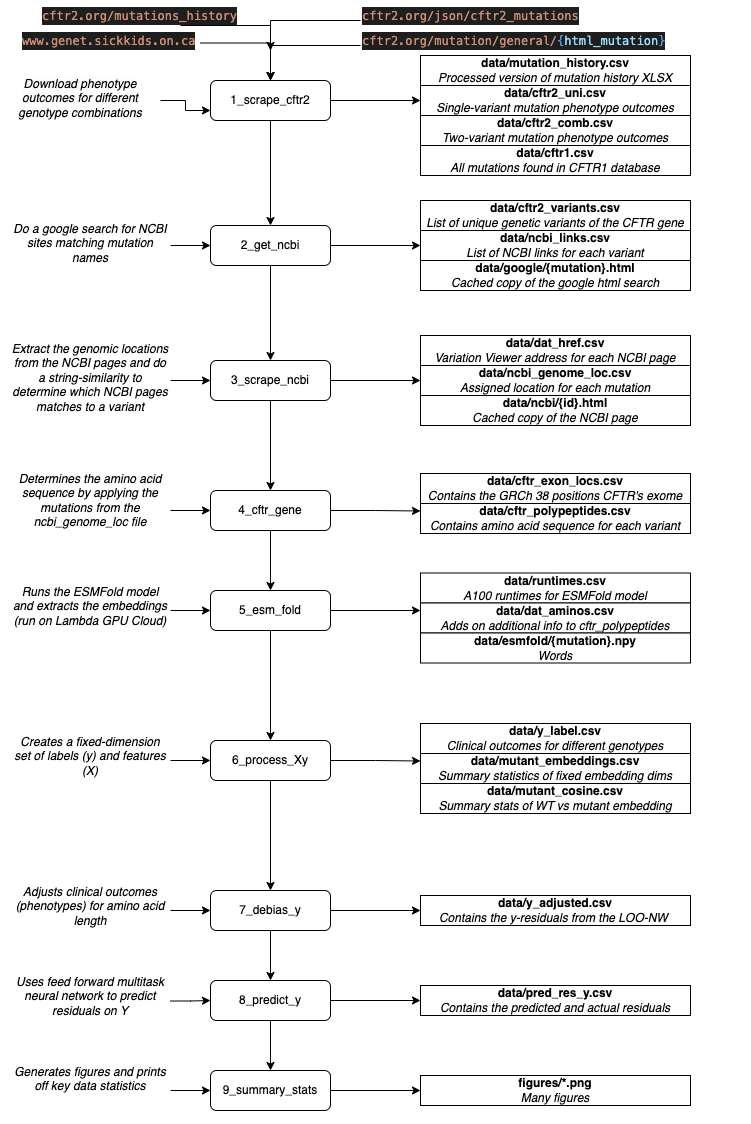
Before: cftr2_flowchart.png, a diagram exported from draw.io (ErikinBC/cftr2_esmfold). Source tidied: cells renumbered, new cells last; positions are measured from the earlier drawing's top-left corner, leaving out a move shared by most shapes.
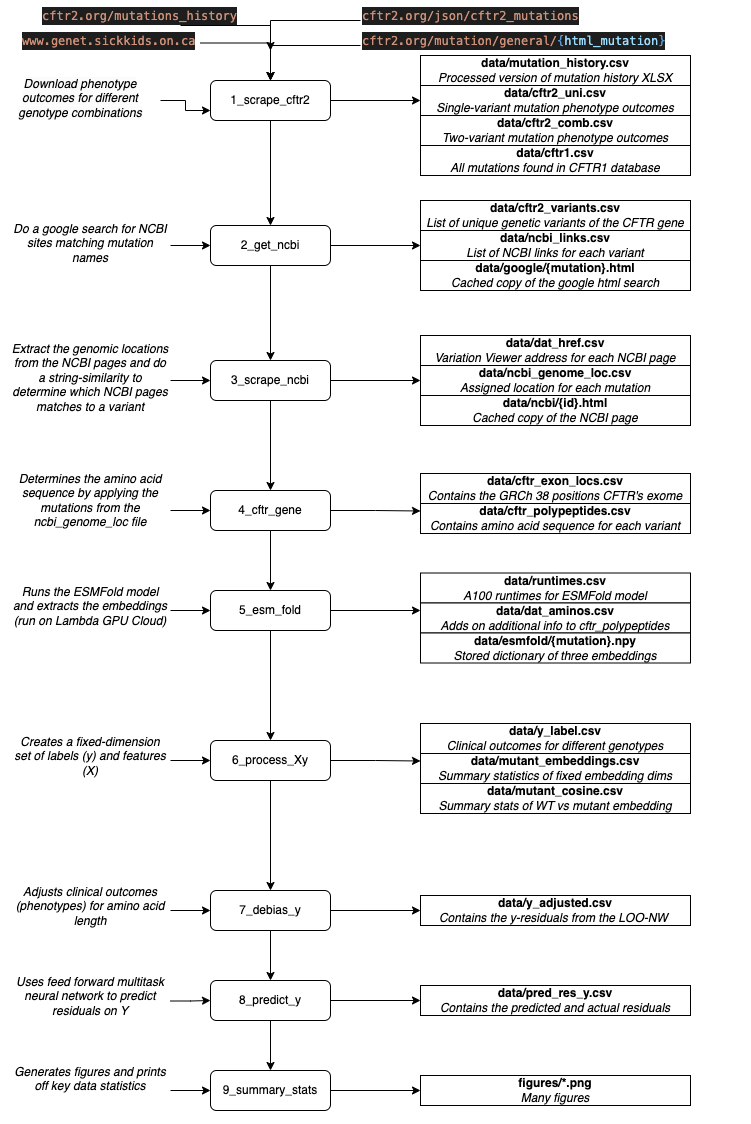
The same file after the commit.

What changed in the source:
```diff
@@ -196,7 +196,7 @@
     <mxCell id="65" value="&lt;b style=&quot;border-color: var(--border-color);&quot;&gt;data/dat_aminos&lt;b style=&quot;background-color: initial;&quot;&gt;.csv&lt;/b&gt;&lt;br&gt;&lt;/b&gt;&lt;div style=&quot;border-color: var(--border-color);&quot;&gt;&lt;i style=&quot;border-color: var(--border-color);&quot;&gt;Adds on additional info to cftr_polypeptides&lt;/i&gt;&lt;/div&gt;" style="rounded=0;whiteSpace=wrap;html=1;align=center;" parent="63" vertex="1">
       <mxGeometry y="30" width="270" height="30" as="geometry" />
     </mxCell>
-    <mxCell id="66" value="&lt;b style=&quot;border-color: var(--border-color);&quot;&gt;data/esmfold/&lt;b style=&quot;background-color: initial;&quot;&gt;{mutation}.npy&lt;/b&gt;&lt;br&gt;&lt;/b&gt;&lt;div style=&quot;border-color: var(--border-color);&quot;&gt;&lt;i style=&quot;border-color: var(--border-color);&quot;&gt;Words&lt;/i&gt;&lt;/div&gt;" style="rounded=0;whiteSpace=wrap;html=1;align=center;" parent="63" vertex="1">
+    <mxCell id="66" value="&lt;b style=&quot;border-color: var(--border-color);&quot;&gt;data/esmfold/&lt;b style=&quot;background-color: initial;&quot;&gt;{mutation}.npy&lt;/b&gt;&lt;br&gt;&lt;/b&gt;&lt;div style=&quot;border-color: var(--border-color);&quot;&gt;&lt;i style=&quot;border-color: var(--border-color);&quot;&gt;Stored dictionary of three embeddings&lt;/i&gt;&lt;/div&gt;" style="rounded=0;whiteSpace=wrap;html=1;align=center;" parent="63" vertex="1">
       <mxGeometry y="60" width="270" height="30" as="geometry" />
     </mxCell>
     <mxCell id="67" style="edgeStyle=orthogonalEdgeStyle;rounded=0;jettySize=auto;html=1;" parent="1" edge="1" source="68" target="29">
```
